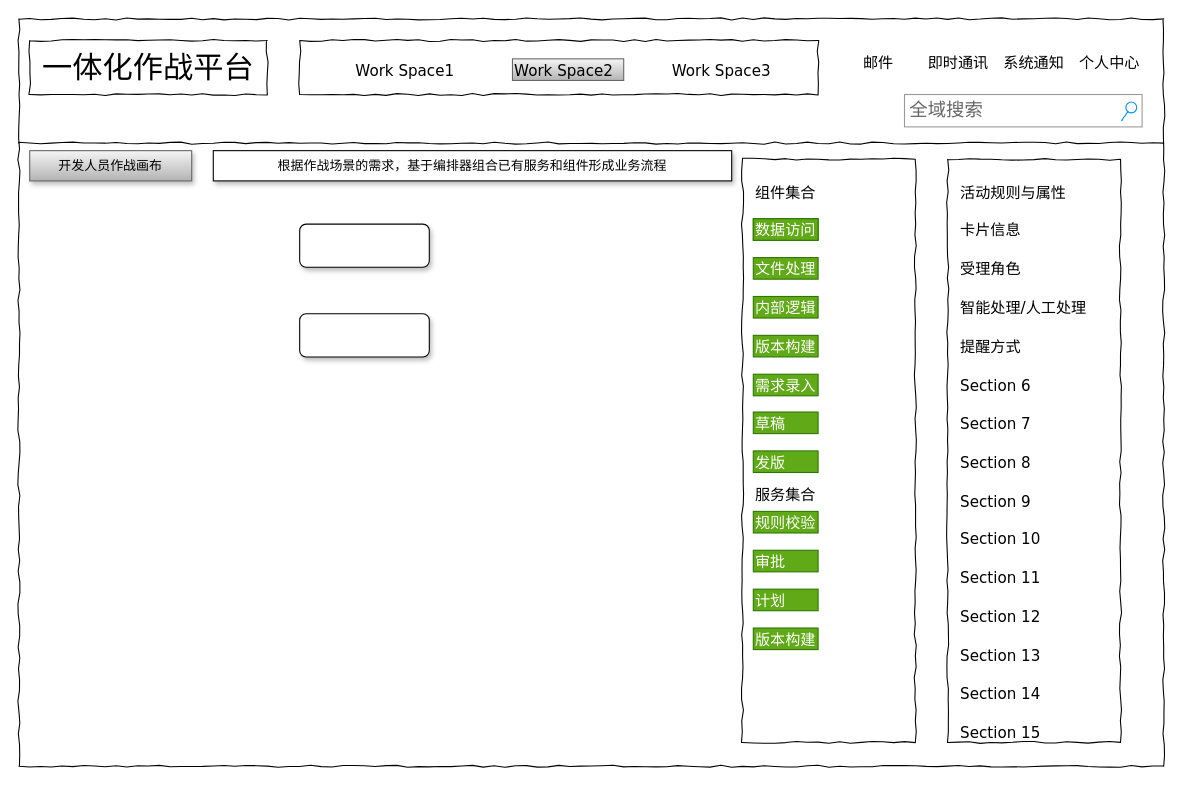
Above: potal3.drawio in energywzc/draw.io (draw.io), before the change. Source tidied: cells renumbered, new cells numbered last; positions are measured from the earlier drawing's top-left corner, leaving out a move shared by most shapes. Both pictures are drawn from the tidied source at 108%, with x=0, y=0 at pixel (18, 18).
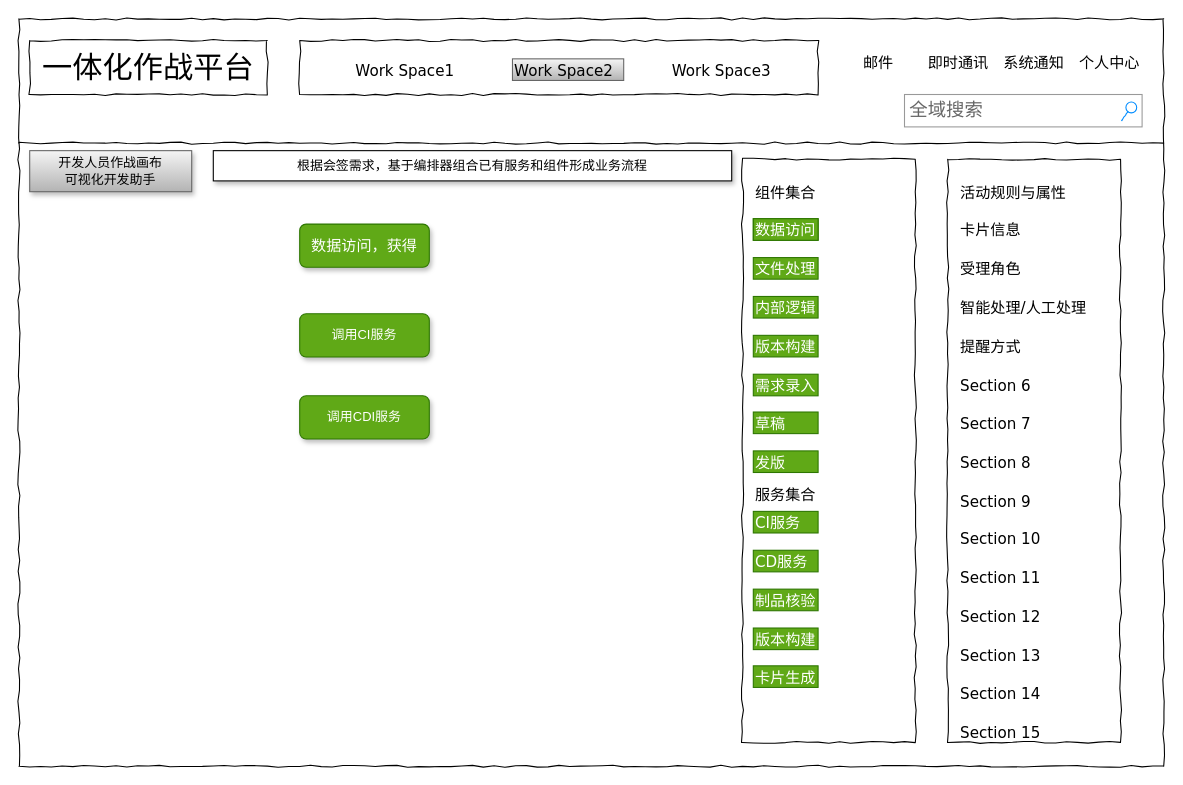
Above is the later version.

The edit, as a diff of the source:
```diff
@@
-    <mxCell id="23" value="开发人员作战画布" style="rounded=0;whiteSpace=wrap;html=1;shadow=1;gradientColor=#b3b3b3;fillColor=#f5f5f5;strokeColor=#666666;" parent="1" vertex="1">
-      <mxGeometry x="10" y="122" width="150" height="28" as="geometry" />
+    <mxCell id="23" value="开发人员作战画布&lt;br&gt;可视化开发助手" style="rounded=0;whiteSpace=wrap;html=1;shadow=1;gradientColor=#b3b3b3;fillColor=#f5f5f5;strokeColor=#666666;" parent="1" vertex="1">
+      <mxGeometry x="10" y="122" width="150" height="38" as="geometry" />
     </mxCell>
@@
-    <mxCell id="40" value="根据作战场景的需求，基于编排器组合已有服务和组件形成业务流程" style="rounded=0;whiteSpace=wrap;html=1;shadow=1;" parent="1" vertex="1">
+    <mxCell id="40" value="根据会签需求，基于编排器组合已有服务和组件形成业务流程" style="rounded=0;whiteSpace=wrap;html=1;shadow=1;" parent="1" vertex="1">
       <mxGeometry x="180" y="122" width="480" height="28" as="geometry" />
     </mxCell>
@@
-    <mxCell id="43" value="审批" style="text;html=1;align=left;verticalAlign=top;spacingTop=-4;fontSize=14;fontFamily=Verdana;fillColor=#60a917;strokeColor=#2D7600;fontColor=#ffffff;" parent="1" vertex="1">
+    <mxCell id="43" value="CD服务" style="text;html=1;align=left;verticalAlign=top;spacingTop=-4;fontSize=14;fontFamily=Verdana;fillColor=#60a917;strokeColor=#2D7600;fontColor=#ffffff;" parent="1" vertex="1">
       <mxGeometry x="680" y="492" width="60" height="20" as="geometry" />
     </mxCell>
-    <mxCell id="44" value="计划" style="text;html=1;align=left;verticalAlign=top;spacingTop=-4;fontSize=14;fontFamily=Verdana;fillColor=#60a917;strokeColor=#2D7600;fontColor=#ffffff;" parent="1" vertex="1">
+    <mxCell id="44" value="制品核验" style="text;html=1;align=left;verticalAlign=top;spacingTop=-4;fontSize=14;fontFamily=Verdana;fillColor=#60a917;strokeColor=#2D7600;fontColor=#ffffff;" parent="1" vertex="1">
       <mxGeometry x="680" y="528" width="60" height="20" as="geometry" />
     </mxCell>
@@
-    <mxCell id="46" value="规则校验" style="text;html=1;align=left;verticalAlign=top;spacingTop=-4;fontSize=14;fontFamily=Verdana;fillColor=#60a917;strokeColor=#2D7600;fontColor=#ffffff;" parent="1" vertex="1">
+    <mxCell id="46" value="CI服务" style="text;html=1;align=left;verticalAlign=top;spacingTop=-4;fontSize=14;fontFamily=Verdana;fillColor=#60a917;strokeColor=#2D7600;fontColor=#ffffff;" parent="1" vertex="1">
       <mxGeometry x="680" y="456" width="60" height="20" as="geometry" />
     </mxCell>
-    <mxCell id="47" style="rounded=1;whiteSpace=wrap;html=1;shadow=1;" parent="1" vertex="1">
+    <mxCell id="47" value="数据访问，获得" style="rounded=1;whiteSpace=wrap;html=1;shadow=1;fontSize=14;fillColor=#60a917;strokeColor=#2D7600;fontColor=#ffffff;" parent="1" vertex="1">
       <mxGeometry x="260" y="190" width="120" height="40" as="geometry" />
     </mxCell>
-    <mxCell id="48" style="rounded=1;whiteSpace=wrap;html=1;shadow=1;" parent="1" vertex="1">
+    <mxCell id="48" value="调用CI服务" style="rounded=1;whiteSpace=wrap;html=1;shadow=1;fillColor=#60a917;strokeColor=#2D7600;fontColor=#ffffff;" parent="1" vertex="1">
       <mxGeometry x="260" y="273" width="120" height="40" as="geometry" />
     </mxCell>
+    <mxCell id="49" value="卡片生成" style="text;html=1;align=left;verticalAlign=top;spacingTop=-4;fontSize=14;fontFamily=Verdana;fillColor=#60a917;strokeColor=#2D7600;fontColor=#ffffff;" parent="1" vertex="1">
+      <mxGeometry x="680" y="599" width="60" height="20" as="geometry" />
+    </mxCell>
+    <mxCell id="50" value="调用CDI服务" style="rounded=1;whiteSpace=wrap;html=1;shadow=1;fillColor=#60a917;strokeColor=#2D7600;fontColor=#ffffff;" parent="1" vertex="1">
+      <mxGeometry x="260" y="349" width="120" height="40" as="geometry" />
+    </mxCell>
```
